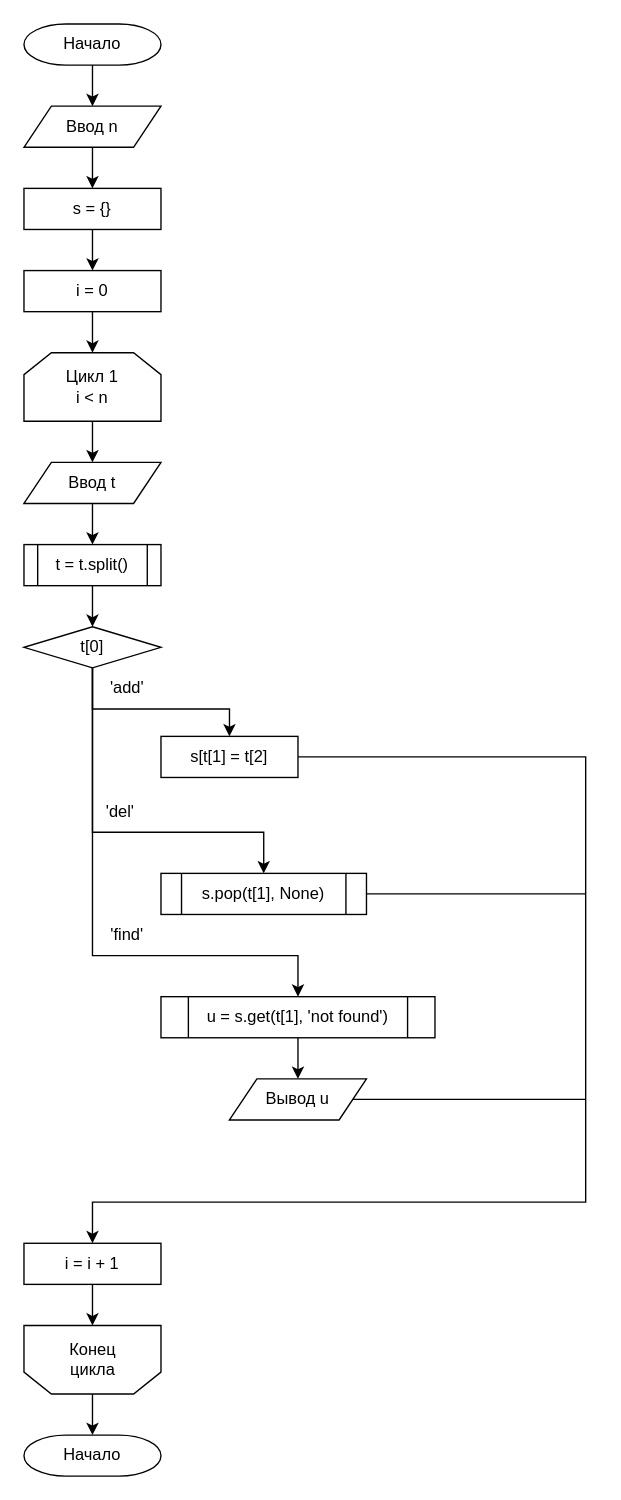
hantagu/practice keeps this draw.io diagram as page "3.2.1" (6 of 9) of Блок-схемы #2.drawio. Above is the earlier version. Source tidied: cells renumbered, new cells numbered last; positions are measured from the earlier drawing's top-left corner, leaving out a move shared by most shapes. Both pictures are drawn from the tidied source at 137%, with x=0, y=0 at pixel (23, 23).
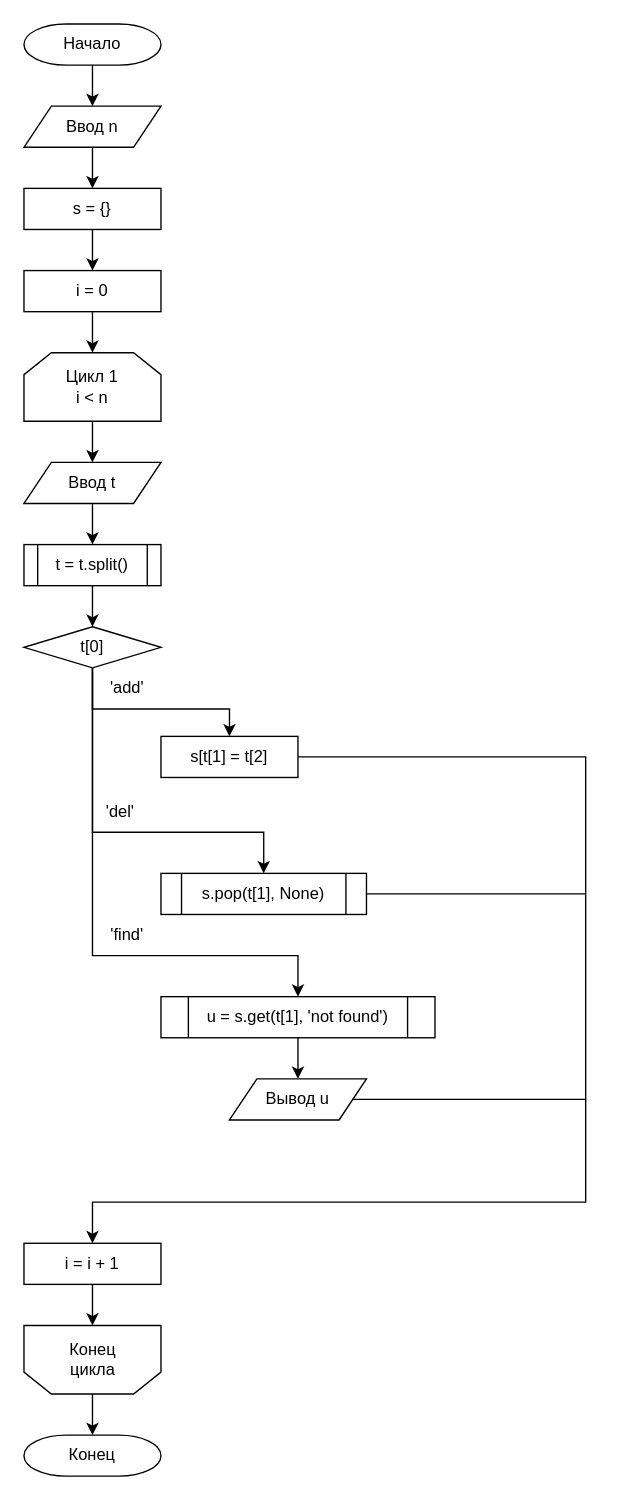
The same page after the edit.

What changed in the source:
```diff
@@
-    <mxCell id="36" value="Начало" style="strokeWidth=1;html=1;shape=mxgraph.flowchart.terminator;whiteSpace=wrap;" parent="1" vertex="1">
+    <mxCell id="36" value="Конец" style="strokeWidth=1;html=1;shape=mxgraph.flowchart.terminator;whiteSpace=wrap;" parent="1" vertex="1">
       <mxGeometry y="1030" width="100" height="30" as="geometry" />
     </mxCell>
```
